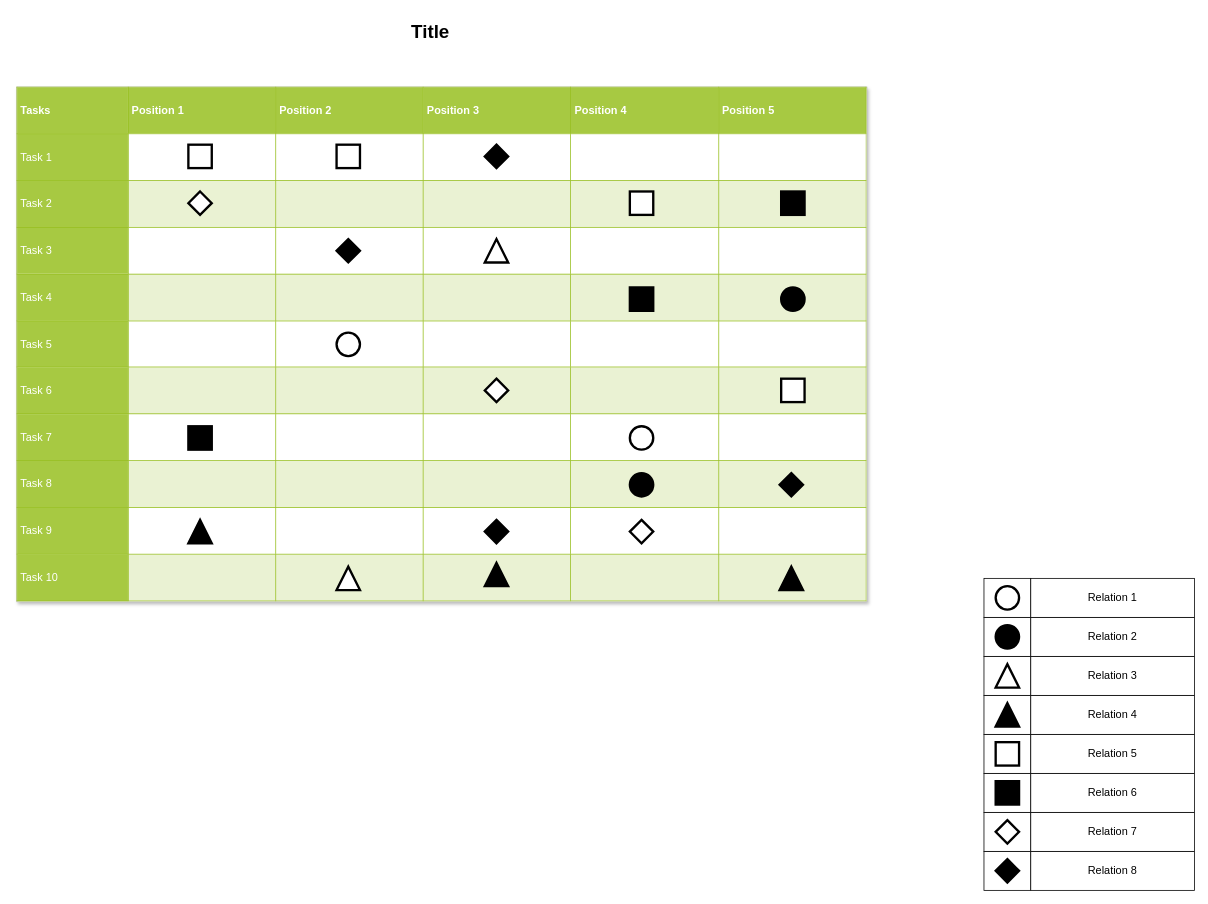
The draw.io diagram car_rental.drawio in joycefgoncalves/assignments_database-, before the edit. Source tidied: cells renumbered, new cells numbered last; positions are measured from the earlier drawing's top-left corner, leaving out a move shared by most shapes. Both pictures are drawn from the tidied source at 78%, with x=0, y=0 at pixel (16, 16).
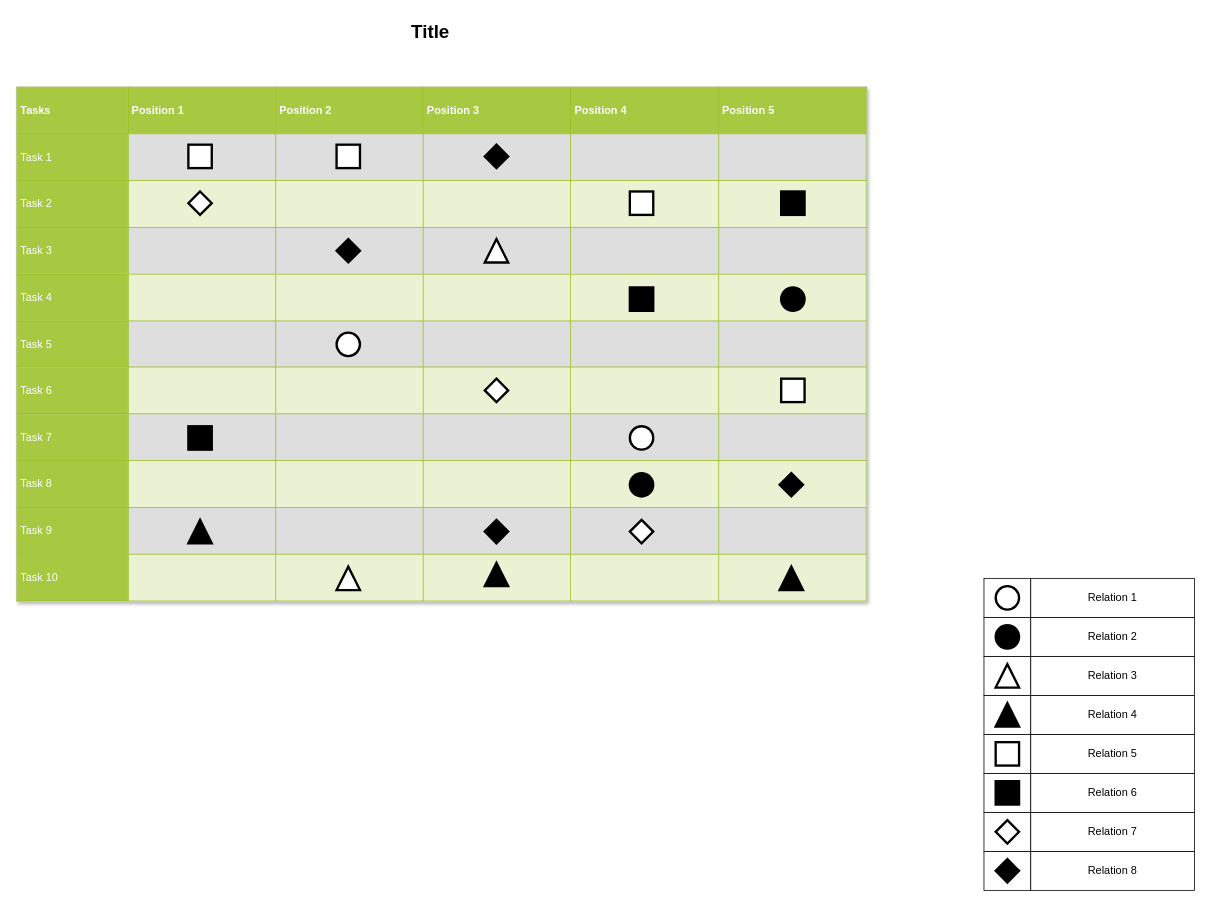
The same page after the edit.

Diff of the diagram source:
```diff
@@
-    <mxCell id="19" value="&lt;table border=&quot;1&quot; width=&quot;100%&quot; cellpadding=&quot;4&quot; style=&quot;width: 100% ; height: 100% ; border-collapse: collapse&quot;&gt;&lt;tbody&gt;&lt;tr style=&quot;background-color: #a7c942 ; color: #ffffff ; border: 1px solid #98bf21&quot;&gt;&lt;th&gt;Tasks&lt;/th&gt;&lt;th&gt;Position 1&lt;/th&gt;&lt;th&gt;Position 2&lt;/th&gt;&lt;th&gt;Position 3&lt;/th&gt;&lt;th&gt;Position 4&lt;/th&gt;&lt;th&gt;Position 5&lt;/th&gt;&lt;/tr&gt;&lt;tr style=&quot;border: 1px solid #98bf21&quot;&gt;&lt;td style=&quot;background-color: #a7c942 ; color: #ffffff ; border: 1px solid #98bf21&quot;&gt;Task 1&lt;/td&gt;&lt;td&gt;&lt;/td&gt;&lt;td&gt;&lt;/td&gt;&lt;td&gt;&lt;br&gt;&lt;/td&gt;&lt;td&gt;&lt;br&gt;&lt;/td&gt;&lt;td&gt;&lt;br&gt;&lt;/td&gt;&lt;/tr&gt;&lt;tr style=&quot;background-color: #eaf2d3 ; border: 1px solid #98bf21&quot;&gt;&lt;td style=&quot;background-color: #a7c942 ; color: #ffffff ; border: 1px solid #98bf21&quot;&gt;Task 2&lt;/td&gt;&lt;td&gt;&lt;/td&gt;&lt;td&gt;&lt;/td&gt;&lt;td&gt;&lt;br&gt;&lt;/td&gt;&lt;td&gt;&lt;br&gt;&lt;/td&gt;&lt;td&gt;&lt;br&gt;&lt;/td&gt;&lt;/tr&gt;&lt;tr style=&quot;border: 1px solid #98bf21&quot;&gt;&lt;td style=&quot;background-color: #a7c942 ; color: #ffffff ; border: 1px solid #98bf21&quot;&gt;Task 3&lt;/td&gt;&lt;td&gt;&lt;/td&gt;&lt;td&gt;&lt;/td&gt;&lt;td&gt;&lt;br&gt;&lt;/td&gt;&lt;td&gt;&lt;br&gt;&lt;/td&gt;&lt;td&gt;&lt;br&gt;&lt;/td&gt;&lt;/tr&gt;&lt;tr style=&quot;background-color: #eaf2d3 ; border: 1px solid #98bf21&quot;&gt;&lt;td style=&quot;background-color: #a7c942 ; color: #ffffff ; border: 1px solid #98bf21&quot;&gt;Task 4&lt;/td&gt;&lt;td&gt;&lt;/td&gt;&lt;td&gt;&lt;/td&gt;&lt;td&gt;&lt;br&gt;&lt;/td&gt;&lt;td&gt;&lt;br&gt;&lt;/td&gt;&lt;td&gt;&lt;br&gt;&lt;/td&gt;&lt;/tr&gt;&lt;tr style=&quot;border: 1px solid #98bf21&quot;&gt;&lt;td style=&quot;background-color: #a7c942 ; color: #ffffff ; border: 1px solid #98bf21&quot;&gt;Task 5&lt;br&gt;&lt;/td&gt;&lt;td&gt;&lt;br&gt;&lt;/td&gt;&lt;td&gt;&lt;br&gt;&lt;/td&gt;&lt;td&gt;&lt;br&gt;&lt;/td&gt;&lt;td&gt;&lt;br&gt;&lt;/td&gt;&lt;td&gt;&lt;br&gt;&lt;/td&gt;&lt;/tr&gt;&lt;tr style=&quot;background-color: #eaf2d3 ; border: 1px solid #98bf21&quot;&gt;&lt;td style=&quot;background-color: #a7c942 ; color: #ffffff ; border: 1px solid #98bf21&quot;&gt;Task 6&lt;br&gt;&lt;/td&gt;&lt;td&gt;&lt;br&gt;&lt;/td&gt;&lt;td&gt;&lt;br&gt;&lt;/td&gt;&lt;td&gt;&lt;br&gt;&lt;/td&gt;&lt;td&gt;&lt;br&gt;&lt;/td&gt;&lt;td&gt;&lt;br&gt;&lt;/td&gt;&lt;/tr&gt;&lt;tr style=&quot;border: 1px solid #98bf21&quot;&gt;&lt;td style=&quot;background-color: #a7c942 ; color: #ffffff ; border: 1px solid #98bf21&quot;&gt;Task 7&lt;br&gt;&lt;/td&gt;&lt;td&gt;&lt;br&gt;&lt;/td&gt;&lt;td&gt;&lt;br&gt;&lt;/td&gt;&lt;td&gt;&lt;br&gt;&lt;/td&gt;&lt;td&gt;&lt;br&gt;&lt;/td&gt;&lt;td&gt;&lt;br&gt;&lt;/td&gt;&lt;/tr&gt;&lt;tr style=&quot;background-color: #eaf2d3 ; border: 1px solid #98bf21&quot;&gt;&lt;td style=&quot;background-color: #a7c942 ; color: #ffffff ; border: 1px solid #98bf21&quot;&gt;Task 8&lt;br&gt;&lt;/td&gt;&lt;td&gt;&lt;br&gt;&lt;/td&gt;&lt;td&gt;&lt;br&gt;&lt;/td&gt;&lt;td&gt;&lt;br&gt;&lt;/td&gt;&lt;td&gt;&lt;br&gt;&lt;/td&gt;&lt;td&gt;&lt;br&gt;&lt;/td&gt;&lt;/tr&gt;&lt;tr style=&quot;border: 1px solid #98bf21&quot;&gt;&lt;td style=&quot;background-color: #a7c942 ; color: #ffffff ; border: 1px solid #98bf21&quot;&gt;Task 9&lt;br&gt;&lt;/td&gt;&lt;td&gt;&lt;br&gt;&lt;/td&gt;&lt;td&gt;&lt;br&gt;&lt;/td&gt;&lt;td&gt;&lt;br&gt;&lt;/td&gt;&lt;td&gt;&lt;br&gt;&lt;/td&gt;&lt;td&gt;&lt;br&gt;&lt;/td&gt;&lt;/tr&gt;&lt;tr style=&quot;background-color: #eaf2d3 ; border: 1px solid #98bf21&quot;&gt;&lt;td style=&quot;background-color: #a7c942 ; color: #ffffff ; border: 1px solid #98bf21&quot;&gt;Task 10&lt;br&gt;&lt;/td&gt;&lt;td&gt;&lt;br&gt;&lt;/td&gt;&lt;td&gt;&lt;br&gt;&lt;/td&gt;&lt;td&gt;&lt;br&gt;&lt;/td&gt;&lt;td&gt;&lt;br&gt;&lt;/td&gt;&lt;td&gt;&lt;br&gt;&lt;/td&gt;&lt;/tr&gt;&lt;/tbody&gt;&lt;/table&gt;" style="text;html=1;strokeColor=#c0c0c0;fillColor=#ffffff;overflow=fill;rounded=0;shadow=1;fontSize=14;fontColor=#000000;" parent="1" vertex="1">
+    <mxCell id="19" value="&lt;table border=&quot;1&quot; width=&quot;100%&quot; cellpadding=&quot;4&quot; style=&quot;width: 100% ; height: 100% ; border-collapse: collapse&quot;&gt;&lt;tbody&gt;&lt;tr style=&quot;background-color: #a7c942 ; color: #ffffff ; border: 1px solid #98bf21&quot;&gt;&lt;th&gt;Tasks&lt;/th&gt;&lt;th&gt;Position 1&lt;/th&gt;&lt;th&gt;Position 2&lt;/th&gt;&lt;th&gt;Position 3&lt;/th&gt;&lt;th&gt;Position 4&lt;/th&gt;&lt;th&gt;Position 5&lt;/th&gt;&lt;/tr&gt;&lt;tr style=&quot;border: 1px solid #98bf21&quot;&gt;&lt;td style=&quot;background-color: #a7c942 ; color: #ffffff ; border: 1px solid #98bf21&quot;&gt;Task 1&lt;/td&gt;&lt;td&gt;&lt;/td&gt;&lt;td&gt;&lt;/td&gt;&lt;td&gt;&lt;br&gt;&lt;/td&gt;&lt;td&gt;&lt;br&gt;&lt;/td&gt;&lt;td&gt;&lt;br&gt;&lt;/td&gt;&lt;/tr&gt;&lt;tr style=&quot;background-color: #eaf2d3 ; border: 1px solid #98bf21&quot;&gt;&lt;td style=&quot;background-color: #a7c942 ; color: #ffffff ; border: 1px solid #98bf21&quot;&gt;Task 2&lt;/td&gt;&lt;td&gt;&lt;/td&gt;&lt;td&gt;&lt;/td&gt;&lt;td&gt;&lt;br&gt;&lt;/td&gt;&lt;td&gt;&lt;br&gt;&lt;/td&gt;&lt;td&gt;&lt;br&gt;&lt;/td&gt;&lt;/tr&gt;&lt;tr style=&quot;border: 1px solid #98bf21&quot;&gt;&lt;td style=&quot;background-color: #a7c942 ; color: #ffffff ; border: 1px solid #98bf21&quot;&gt;Task 3&lt;/td&gt;&lt;td&gt;&lt;/td&gt;&lt;td&gt;&lt;/td&gt;&lt;td&gt;&lt;br&gt;&lt;/td&gt;&lt;td&gt;&lt;br&gt;&lt;/td&gt;&lt;td&gt;&lt;br&gt;&lt;/td&gt;&lt;/tr&gt;&lt;tr style=&quot;background-color: #eaf2d3 ; border: 1px solid #98bf21&quot;&gt;&lt;td style=&quot;background-color: #a7c942 ; color: #ffffff ; border: 1px solid #98bf21&quot;&gt;Task 4&lt;/td&gt;&lt;td&gt;&lt;/td&gt;&lt;td&gt;&lt;/td&gt;&lt;td&gt;&lt;br&gt;&lt;/td&gt;&lt;td&gt;&lt;br&gt;&lt;/td&gt;&lt;td&gt;&lt;br&gt;&lt;/td&gt;&lt;/tr&gt;&lt;tr style=&quot;border: 1px solid #98bf21&quot;&gt;&lt;td style=&quot;background-color: #a7c942 ; color: #ffffff ; border: 1px solid #98bf21&quot;&gt;Task 5&lt;br&gt;&lt;/td&gt;&lt;td&gt;&lt;br&gt;&lt;/td&gt;&lt;td&gt;&lt;br&gt;&lt;/td&gt;&lt;td&gt;&lt;br&gt;&lt;/td&gt;&lt;td&gt;&lt;br&gt;&lt;/td&gt;&lt;td&gt;&lt;br&gt;&lt;/td&gt;&lt;/tr&gt;&lt;tr style=&quot;background-color: #eaf2d3 ; border: 1px solid #98bf21&quot;&gt;&lt;td style=&quot;background-color: #a7c942 ; color: #ffffff ; border: 1px solid #98bf21&quot;&gt;Task 6&lt;br&gt;&lt;/td&gt;&lt;td&gt;&lt;br&gt;&lt;/td&gt;&lt;td&gt;&lt;br&gt;&lt;/td&gt;&lt;td&gt;&lt;br&gt;&lt;/td&gt;&lt;td&gt;&lt;br&gt;&lt;/td&gt;&lt;td&gt;&lt;br&gt;&lt;/td&gt;&lt;/tr&gt;&lt;tr style=&quot;border: 1px solid #98bf21&quot;&gt;&lt;td style=&quot;background-color: #a7c942 ; color: #ffffff ; border: 1px solid #98bf21&quot;&gt;Task 7&lt;br&gt;&lt;/td&gt;&lt;td&gt;&lt;br&gt;&lt;/td&gt;&lt;td&gt;&lt;br&gt;&lt;/td&gt;&lt;td&gt;&lt;br&gt;&lt;/td&gt;&lt;td&gt;&lt;br&gt;&lt;/td&gt;&lt;td&gt;&lt;br&gt;&lt;/td&gt;&lt;/tr&gt;&lt;tr style=&quot;background-color: #eaf2d3 ; border: 1px solid #98bf21&quot;&gt;&lt;td style=&quot;background-color: #a7c942 ; color: #ffffff ; border: 1px solid #98bf21&quot;&gt;Task 8&lt;br&gt;&lt;/td&gt;&lt;td&gt;&lt;br&gt;&lt;/td&gt;&lt;td&gt;&lt;br&gt;&lt;/td&gt;&lt;td&gt;&lt;br&gt;&lt;/td&gt;&lt;td&gt;&lt;br&gt;&lt;/td&gt;&lt;td&gt;&lt;br&gt;&lt;/td&gt;&lt;/tr&gt;&lt;tr style=&quot;border: 1px solid #98bf21&quot;&gt;&lt;td style=&quot;background-color: #a7c942 ; color: #ffffff ; border: 1px solid #98bf21&quot;&gt;Task 9&lt;br&gt;&lt;/td&gt;&lt;td&gt;&lt;br&gt;&lt;/td&gt;&lt;td&gt;&lt;br&gt;&lt;/td&gt;&lt;td&gt;&lt;br&gt;&lt;/td&gt;&lt;td&gt;&lt;br&gt;&lt;/td&gt;&lt;td&gt;&lt;br&gt;&lt;/td&gt;&lt;/tr&gt;&lt;tr style=&quot;background-color: #eaf2d3 ; border: 1px solid #98bf21&quot;&gt;&lt;td style=&quot;background-color: #a7c942 ; color: #ffffff ; border: 1px solid #98bf21&quot;&gt;Task 10&lt;br&gt;&lt;/td&gt;&lt;td&gt;&lt;br&gt;&lt;/td&gt;&lt;td&gt;&lt;br&gt;&lt;/td&gt;&lt;td&gt;&lt;br&gt;&lt;/td&gt;&lt;td&gt;&lt;br&gt;&lt;/td&gt;&lt;td&gt;&lt;br&gt;&lt;/td&gt;&lt;/tr&gt;&lt;/tbody&gt;&lt;/table&gt;" style="text;html=1;strokeColor=#c0c0c0;fillColor=#DEDEDE;overflow=fill;rounded=0;shadow=1;fontSize=14;fontColor=#000000;" parent="1" vertex="1">
       <mxGeometry y="90" width="1090" height="660" as="geometry" />
     </mxCell>
```
